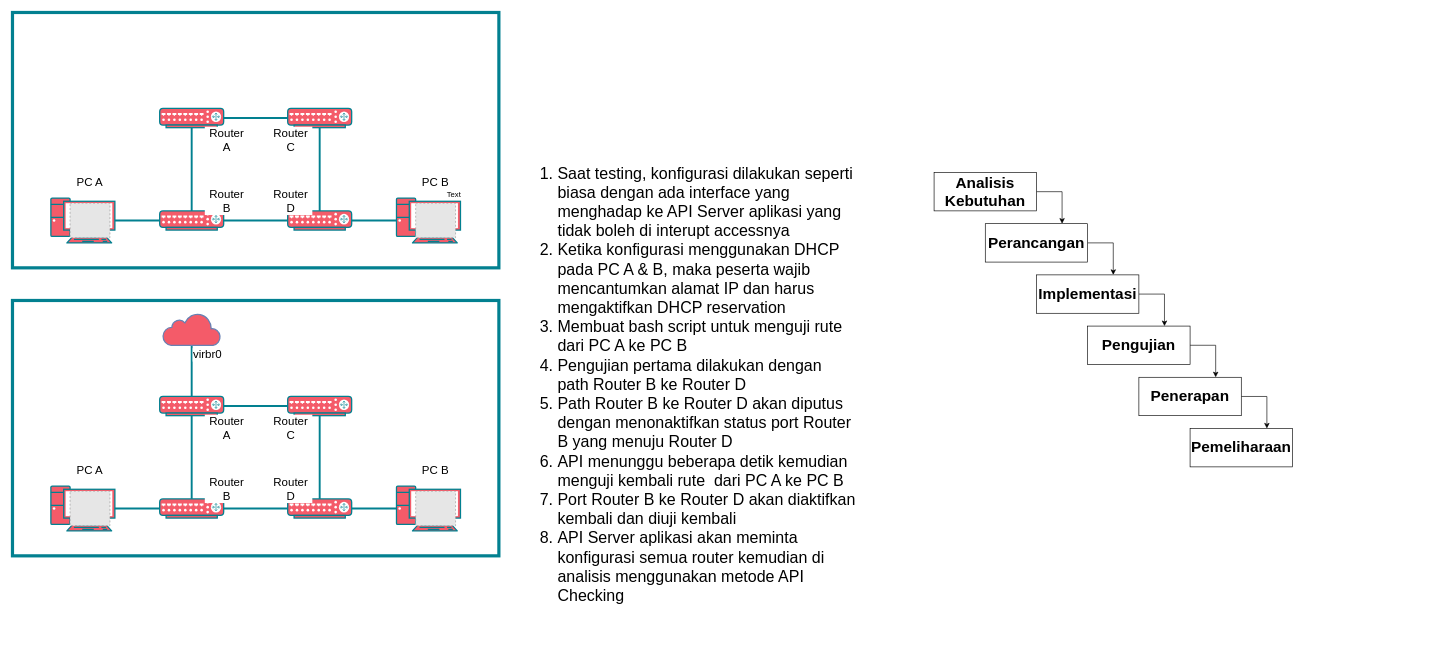
Above: Arsitektur Thesis.drawio in Rizqirazkafi/catatan-thesis (draw.io), before the change. Source tidied: cells renumbered, new cells numbered last; positions are measured from the earlier drawing's top-left corner, leaving out a move shared by most shapes. Both pictures are drawn from the tidied source at 64%, with x=0, y=0 at pixel (12, 12). Pictures stored in the file or linked from it are replaced by grey dashed boxes.
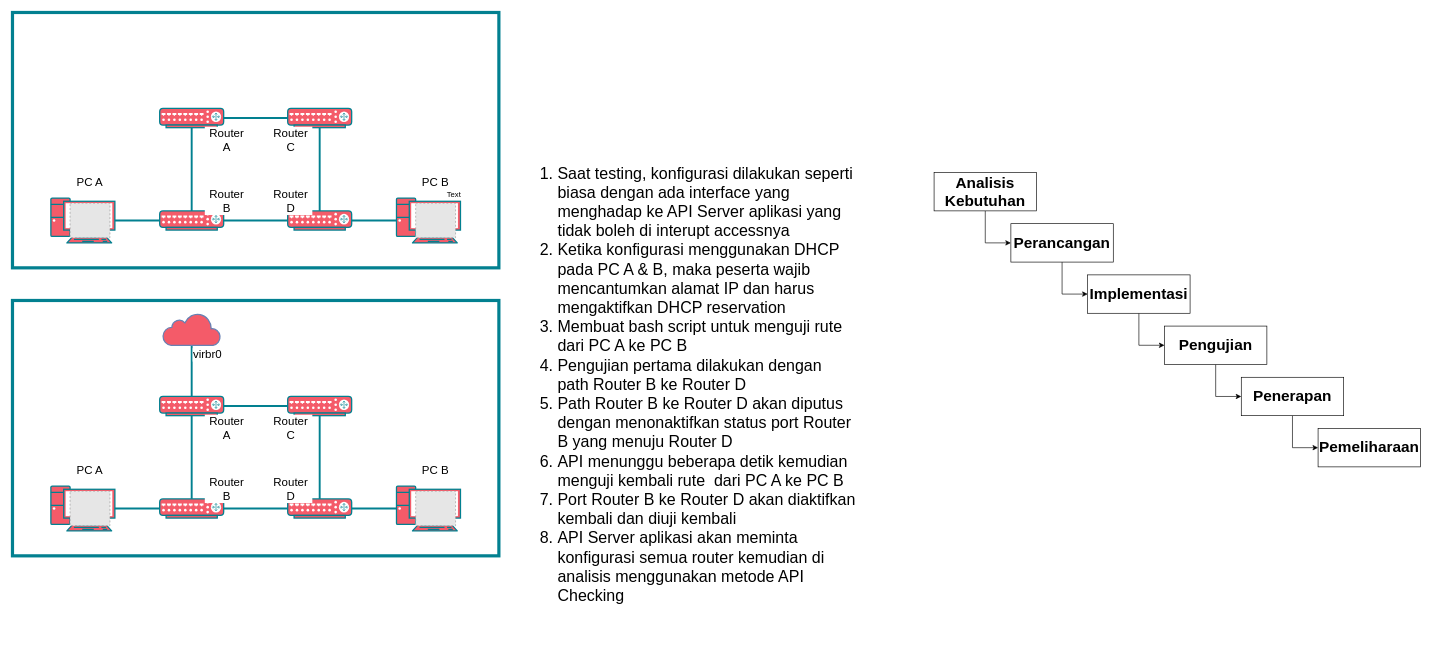
After the change.

Commit message:
Revisi diagram waterfall

The change refers to these unchanged cells:
```xml
<mxCell id="50" value="&lt;h1&gt;Analisis Kebutuhan&lt;/h1&gt;" style="rounded=0;whiteSpace=wrap;html=1;" parent="1" vertex="1">
  <mxGeometry x="1440" y="250" width="160" height="60" as="geometry" />
</mxCell>
```

Diff of the diagram source:
```diff
@@
-    <mxCell id="49" style="edgeStyle=orthogonalEdgeStyle;rounded=0;jettySize=auto;html=1;exitX=1;exitY=0.5;exitDx=0;exitDy=0;entryX=0.75;entryY=0;entryDx=0;entryDy=0;" parent="1" edge="1" source="50" target="52">
+    <mxCell id="49" style="edgeStyle=orthogonalEdgeStyle;rounded=0;jettySize=auto;html=1;exitX=0.5;exitY=1;exitDx=0;exitDy=0;entryX=0;entryY=0.5;entryDx=0;entryDy=0;" parent="1" edge="1" source="50" target="52">
       <mxGeometry relative="1" as="geometry" />
     </mxCell>
@@
-    <mxCell id="51" style="edgeStyle=orthogonalEdgeStyle;rounded=0;jettySize=auto;html=1;exitX=1;exitY=0.5;exitDx=0;exitDy=0;entryX=0.75;entryY=0;entryDx=0;entryDy=0;" parent="1" edge="1" source="52" target="54">
+    <mxCell id="51" style="edgeStyle=orthogonalEdgeStyle;rounded=0;jettySize=auto;html=1;exitX=0.5;exitY=1;exitDx=0;exitDy=0;entryX=0;entryY=0.5;entryDx=0;entryDy=0;" parent="1" edge="1" source="52" target="54">
       <mxGeometry relative="1" as="geometry" />
     </mxCell>
     <mxCell id="52" value="&lt;h1&gt;Perancangan&lt;/h1&gt;" style="rounded=0;whiteSpace=wrap;html=1;" parent="1" vertex="1">
-      <mxGeometry x="1520" y="330" width="160" height="60" as="geometry" />
+      <mxGeometry x="1560" y="330" width="160" height="60" as="geometry" />
     </mxCell>
-    <mxCell id="53" style="edgeStyle=orthogonalEdgeStyle;rounded=0;jettySize=auto;html=1;exitX=1;exitY=0.5;exitDx=0;exitDy=0;entryX=0.75;entryY=0;entryDx=0;entryDy=0;" parent="1" edge="1" source="54" target="56">
+    <mxCell id="53" style="edgeStyle=orthogonalEdgeStyle;rounded=0;jettySize=auto;html=1;exitX=0.5;exitY=1;exitDx=0;exitDy=0;entryX=0;entryY=0.5;entryDx=0;entryDy=0;" parent="1" edge="1" source="54" target="56">
       <mxGeometry relative="1" as="geometry" />
     </mxCell>
     <mxCell id="54" value="&lt;h1&gt;Implementasi&lt;/h1&gt;" style="rounded=0;whiteSpace=wrap;html=1;" parent="1" vertex="1">
-      <mxGeometry x="1600" y="410" width="160" height="60" as="geometry" />
+      <mxGeometry x="1680" y="410" width="160" height="60" as="geometry" />
     </mxCell>
-    <mxCell id="55" style="edgeStyle=orthogonalEdgeStyle;rounded=0;jettySize=auto;html=1;exitX=1;exitY=0.5;exitDx=0;exitDy=0;entryX=0.75;entryY=0;entryDx=0;entryDy=0;" parent="1" edge="1" source="56" target="58">
+    <mxCell id="55" style="edgeStyle=orthogonalEdgeStyle;rounded=0;jettySize=auto;html=1;exitX=0.5;exitY=1;exitDx=0;exitDy=0;entryX=0;entryY=0.5;entryDx=0;entryDy=0;" parent="1" edge="1" source="56" target="58">
       <mxGeometry relative="1" as="geometry" />
     </mxCell>
     <mxCell id="56" value="&lt;h1&gt;Pengujian&lt;/h1&gt;" style="rounded=0;whiteSpace=wrap;html=1;" parent="1" vertex="1">
-      <mxGeometry x="1680" y="490" width="160" height="60" as="geometry" />
+      <mxGeometry x="1800" y="490" width="160" height="60" as="geometry" />
     </mxCell>
-    <mxCell id="57" style="edgeStyle=orthogonalEdgeStyle;rounded=0;jettySize=auto;html=1;exitX=1;exitY=0.5;exitDx=0;exitDy=0;entryX=0.75;entryY=0;entryDx=0;entryDy=0;" parent="1" edge="1" source="58" target="59">
+    <mxCell id="57" style="edgeStyle=orthogonalEdgeStyle;rounded=0;jettySize=auto;html=1;exitX=0.5;exitY=1;exitDx=0;exitDy=0;entryX=0;entryY=0.5;entryDx=0;entryDy=0;" parent="1" edge="1" source="58" target="59">
       <mxGeometry relative="1" as="geometry" />
     </mxCell>
     <mxCell id="58" value="&lt;h1&gt;Penerapan&lt;/h1&gt;" style="rounded=0;whiteSpace=wrap;html=1;" parent="1" vertex="1">
-      <mxGeometry x="1760" y="570" width="160" height="60" as="geometry" />
+      <mxGeometry x="1920" y="570" width="160" height="60" as="geometry" />
     </mxCell>
     <mxCell id="59" value="&lt;h1&gt;Pemeliharaan&lt;/h1&gt;" style="rounded=0;whiteSpace=wrap;html=1;" parent="1" vertex="1">
-      <mxGeometry x="1840" y="650" width="160" height="60" as="geometry" />
+      <mxGeometry x="2040" y="650" width="160" height="60" as="geometry" />
     </mxCell>
```
